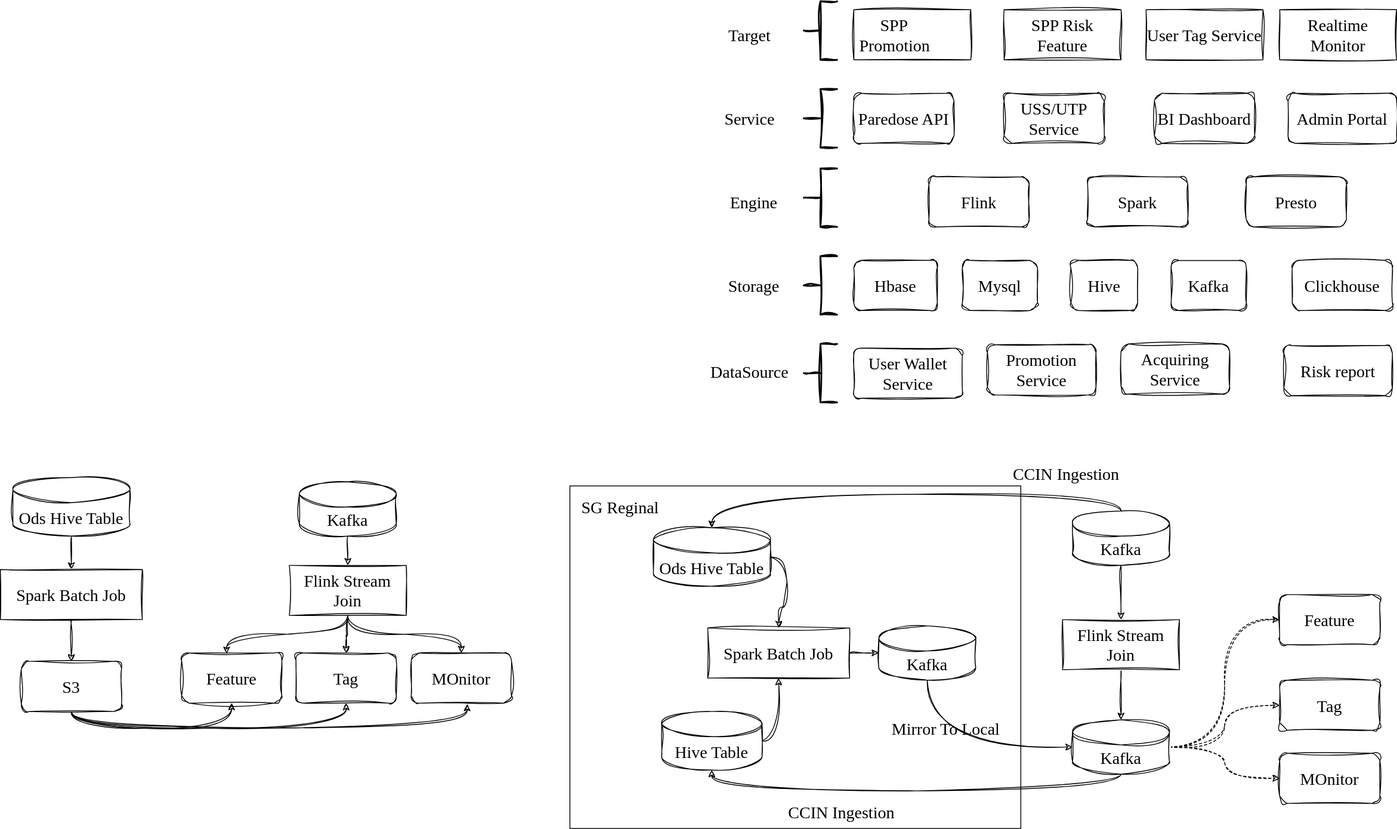
Earlier version of the draw.io export 答辩准备1.drawio.svg (LadyTao/flink-learning). Source tidied: cells renumbered, new cells last; positions are measured from the earlier drawing's top-left corner, leaving out a move shared by most shapes.
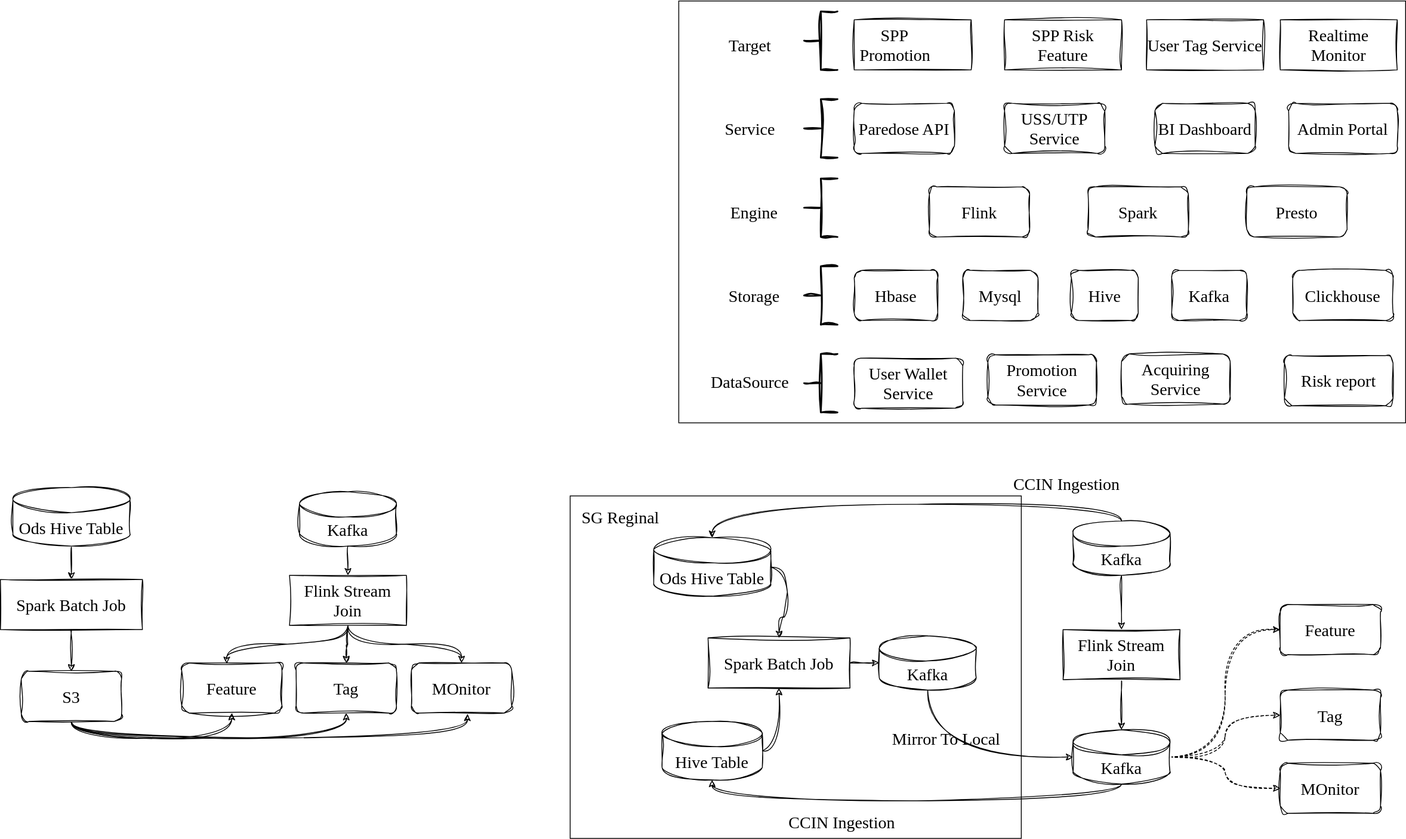
After the change.

Commit message:
更新答辩准备1.drawio.svg

What changed in the source:
```diff
@@ -2,6 +2,9 @@
   <root>
     <mxCell id="0" />
     <mxCell id="1" parent="0" />
+    <mxCell id="80" style="rounded=0;whiteSpace=wrap;html=1;hachureGap=4;fontFamily=Architects Daughter;fontSource=https%3A%2F%2Ffonts.googleapis.com%2Fcss%3Ffamily%3DArchitects%2BDaughter;fontSize=20;" parent="1" vertex="1">
+      <mxGeometry x="812" y="-12.5" width="870" height="505" as="geometry" />
+    </mxCell>
     <mxCell id="2" style="rounded=0;whiteSpace=wrap;html=1;hachureGap=4;fontFamily=Architects Daughter;fontSource=https%3A%2F%2Ffonts.googleapis.com%2Fcss%3Ffamily%3DArchitects%2BDaughter;fontSize=20;" parent="1" vertex="1">
       <mxGeometry x="682" y="580" width="540" height="410" as="geometry" />
     </mxCell>
```
